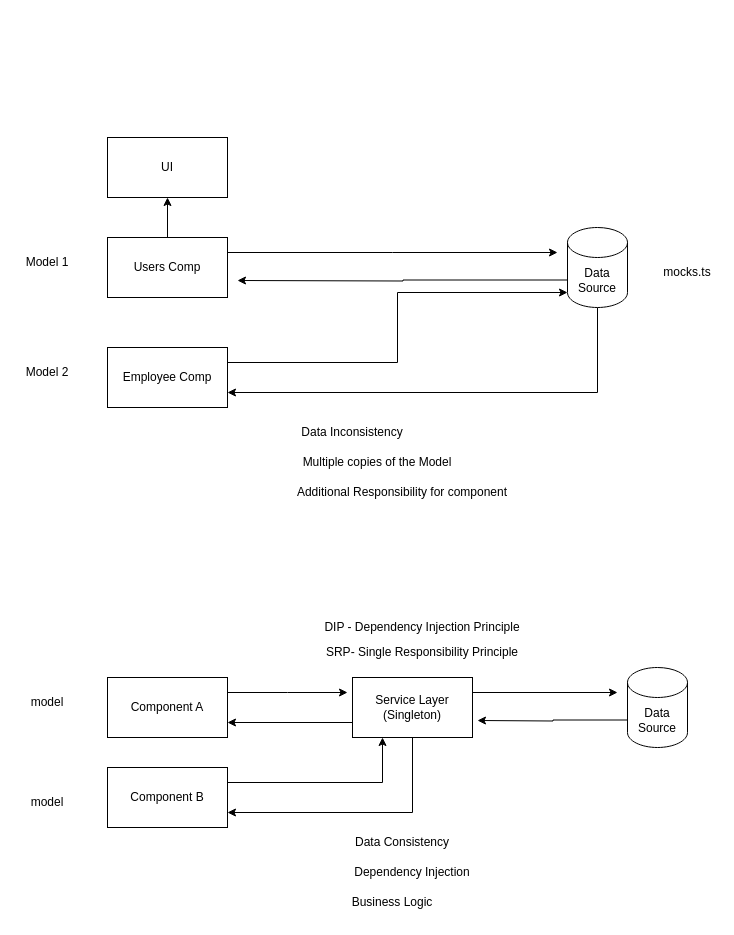
The draw.io diagram page "Service Intro" (4 of 7) of refs/ng_diagram.drawio in synergy2411/nov25-angular, before the edit. Source tidied: cells renumbered, new cells numbered last; positions are measured from the earlier drawing's top-left corner, leaving out a move shared by most shapes. Both pictures are drawn from the tidied source at 100%, with x=0, y=0 at pixel (17, 137).
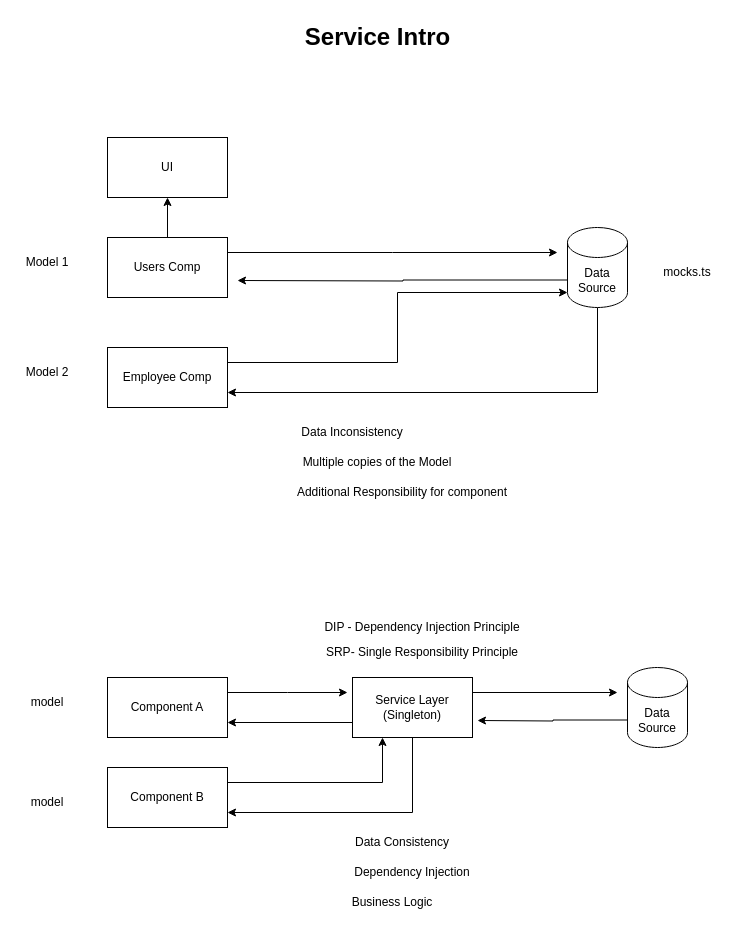
After the change.

Change to the diagram source:
```diff
@@
+    <mxCell id="34" value="Service Intro" style="text;strokeColor=none;fillColor=none;html=1;fontSize=24;fontStyle=1;verticalAlign=middle;align=center;" parent="1" vertex="1">
+      <mxGeometry x="310" y="-120" width="100" height="40" as="geometry" />
+    </mxCell>
```
